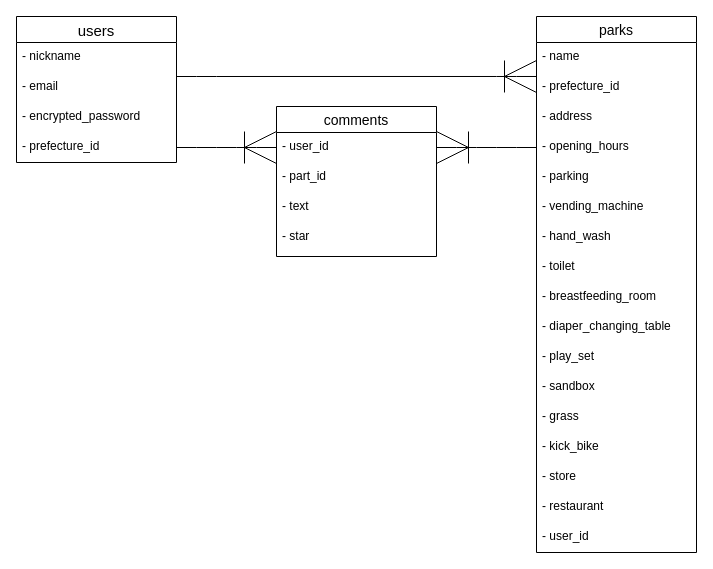
The draw.io diagram er.dio in mocmoc15/parknavi, before the edit. Source tidied: cells renumbered, new cells numbered last; positions are measured from the earlier drawing's top-left corner, leaving out a move shared by most shapes. Both pictures are drawn from the tidied source at 100%, with x=0, y=0 at pixel (16, 16).
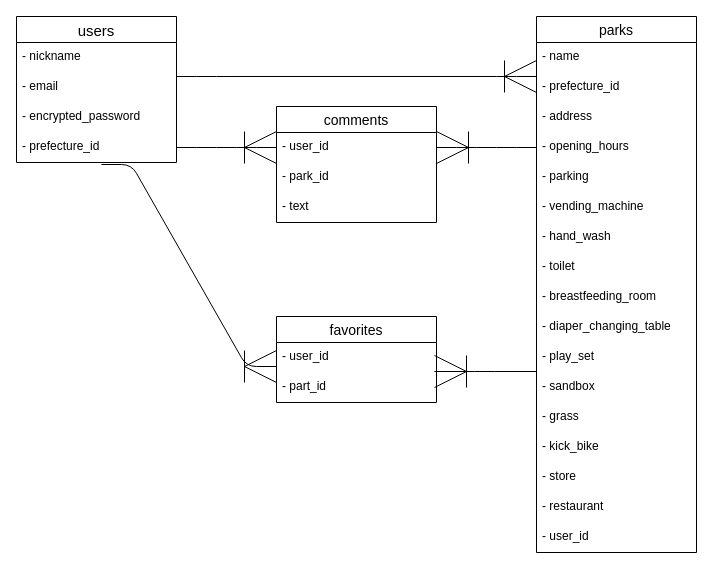
The same page after the edit.

Unchanged cells that the change refers to:
```xml
<mxCell id="6" value="- prefecture_id" style="text;strokeColor=none;fillColor=none;spacingLeft=4;spacingRight=4;overflow=hidden;points=[[0,0.5],[1,0.5]];portConstraint=eastwest;fontSize=12;" parent="2" vertex="1">
  <mxGeometry y="116" width="160" height="30" as="geometry" />
</mxCell>
<mxCell id="7" value="parks" style="swimlane;fontStyle=0;horizontal=1;startSize=26;align=center;fontSize=14;" parent="1" vertex="1">
  <mxGeometry x="520" width="160" height="536" as="geometry" />
</mxCell>
```

What changed in the source:
```diff
@@
+    <mxCell id="33" style="fontSize=12;html=1;endArrow=ERoneToMany;strokeWidth=1;endSize=30;exitX=-0.006;exitY=0.967;exitDx=0;exitDy=0;exitPerimeter=0;" parent="7" edge="1">
+      <mxGeometry relative="1" as="geometry">
+        <mxPoint y="355" as="sourcePoint" />
+        <mxPoint x="-102" y="355" as="targetPoint" />
+        <Array as="points">
+          <mxPoint x="-52" y="355" />
+        </Array>
+      </mxGeometry>
+    </mxCell>
     <mxCell id="25" value="comments" style="swimlane;fontStyle=0;horizontal=1;startSize=26;align=center;fontSize=14;" parent="1" vertex="1">
-      <mxGeometry x="260" y="90" width="160" height="150" as="geometry" />
+      <mxGeometry x="260" y="90" width="160" height="116" as="geometry" />
     </mxCell>
@@
-    <mxCell id="27" value="- part_id" style="text;strokeColor=none;fillColor=none;spacingLeft=4;spacingRight=4;overflow=hidden;fontSize=12;" parent="25" vertex="1">
+    <mxCell id="27" value="- park_id" style="text;strokeColor=none;fillColor=none;spacingLeft=4;spacingRight=4;overflow=hidden;fontSize=12;" parent="25" vertex="1">
       <mxGeometry y="56" width="160" height="30" as="geometry" />
     </mxCell>
@@
-    <mxCell id="29" value="- star" style="text;strokeColor=none;fillColor=none;spacingLeft=4;spacingRight=4;overflow=hidden;fontSize=12;" parent="25" vertex="1">
-      <mxGeometry y="116" width="160" height="34" as="geometry" />
-    </mxCell>
@@
+    <mxCell id="34" value="favorites" style="swimlane;fontStyle=0;horizontal=1;startSize=26;align=center;fontSize=14;" parent="1" vertex="1">
+      <mxGeometry x="260" y="300" width="160" height="86" as="geometry" />
+    </mxCell>
+    <mxCell id="35" value="- user_id" style="text;strokeColor=none;fillColor=none;spacingLeft=4;spacingRight=4;overflow=hidden;fontSize=12;" parent="34" vertex="1">
+      <mxGeometry y="26" width="160" height="30" as="geometry" />
+    </mxCell>
+    <mxCell id="36" value="- part_id" style="text;strokeColor=none;fillColor=none;spacingLeft=4;spacingRight=4;overflow=hidden;fontSize=12;" parent="34" vertex="1">
+      <mxGeometry y="56" width="160" height="30" as="geometry" />
+    </mxCell>
+    <mxCell id="37" style="edgeStyle=entityRelationEdgeStyle;fontSize=12;html=1;endArrow=ERoneToMany;strokeWidth=1;endSize=30;exitX=0.531;exitY=1.067;exitDx=0;exitDy=0;entryX=0;entryY=0.5;entryDx=0;entryDy=0;exitPerimeter=0;" parent="1" edge="1" source="6">
+      <mxGeometry relative="1" as="geometry">
+        <mxPoint x="260" y="350" as="targetPoint" />
+      </mxGeometry>
+    </mxCell>
```
